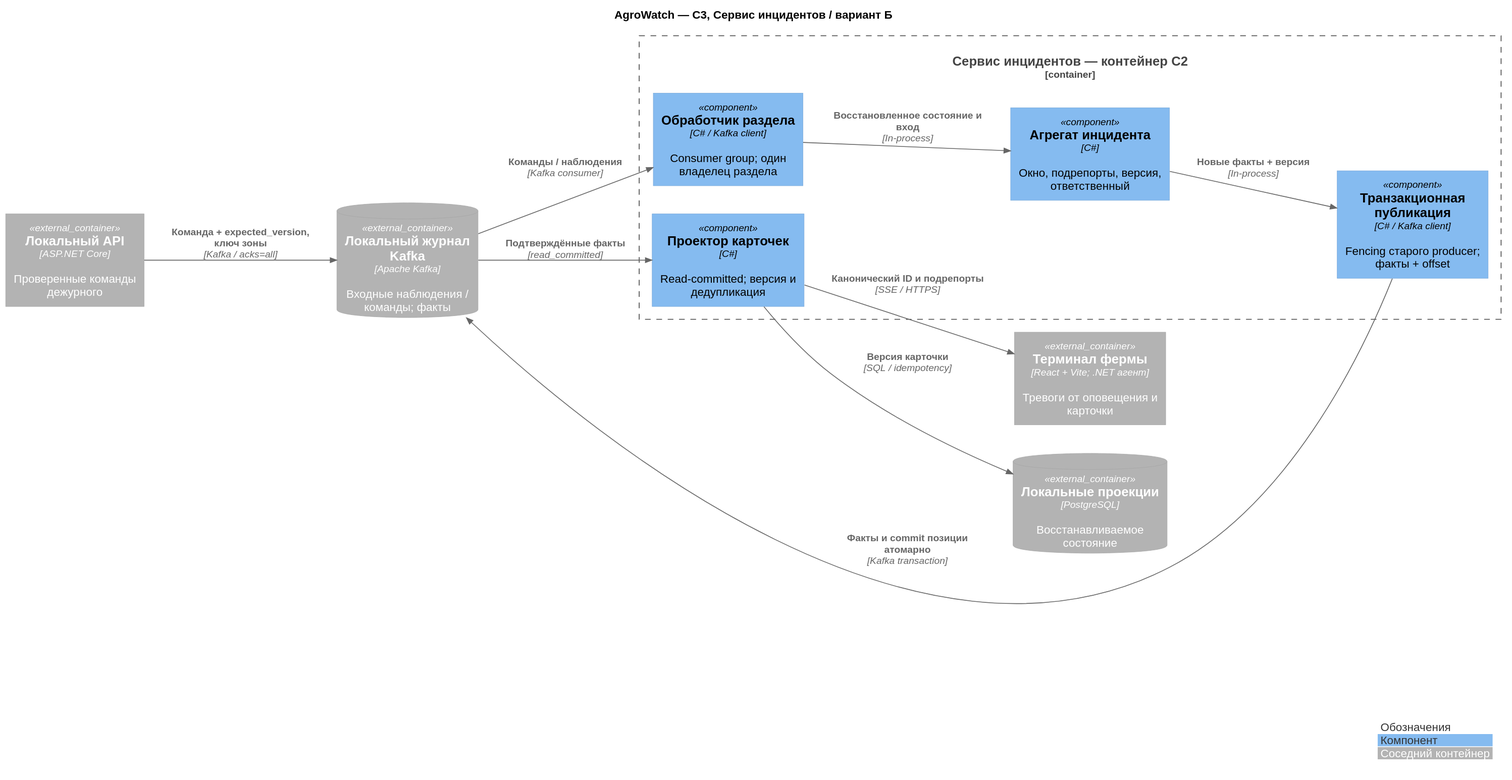
The PlantUML diagram Task3/diagrams/c3-incidents-b.svg in rozhkovsvyat/MSA-AgroTech, before a commit.
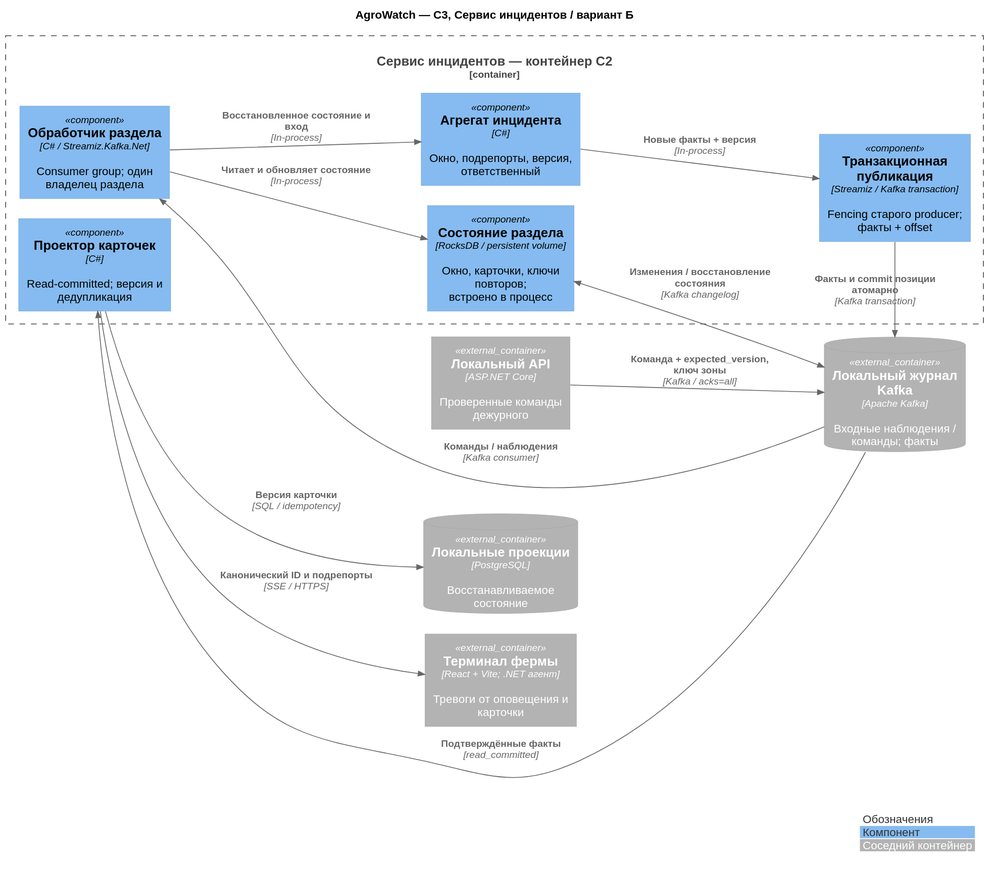
Above is the later version.

The edit, as a diff of the source:
```diff
@@ -4,8 +4,8 @@
 LAYOUT_LEFT_RIGHT()
 skinparam defaultFontName Arial
 skinparam dpi 110
-skinparam nodesep 35
-skinparam ranksep 65
+skinparam nodesep 25
+skinparam ranksep 120
 show stereotype
 title AgroWatch — C3, Сервис инцидентов / вариант Б
 Container_Ext(api, "Локальный API", "ASP.NET Core", "Проверенные команды дежурного")
@@ -13,13 +13,16 @@
 ContainerDb_Ext(bus, "Локальный журнал Kafka", "Apache Kafka", "Входные наблюдения / команды; факты")
 ContainerDb_Ext(proj, "Локальные проекции", "PostgreSQL", "Восстанавливаемое состояние")
 Container_Boundary(svc, "Сервис инцидентов — контейнер C2") {
- Component(worker, "Обработчик раздела", "C# / Kafka client", "Consumer group; один владелец раздела")
+ Component(worker, "Обработчик раздела", "C# / Streamiz.Kafka.Net", "Consumer group; один владелец раздела")
+ Component(store, "Состояние раздела", "RocksDB / persistent volume", "Окно, карточки, ключи повторов;\nвстроено в процесс")
  Component(domain, "Агрегат инцидента", "C#", "Окно, подрепорты, версия, ответственный")
- Component(tx, "Транзакционная публикация", "C# / Kafka client", "Fencing старого producer; факты + offset")
+ Component(tx, "Транзакционная публикация", "Streamiz / Kafka transaction", "Fencing старого producer; факты + offset")
  Component(project, "Проектор карточек", "C#", "Read-committed; версия и дедупликация")
 }
 Rel(api, bus, "Команда + expected_version, ключ зоны", "Kafka / acks=all")
 Rel(bus, worker, "Команды / наблюдения", "Kafka consumer")
+Rel(worker, store, "Читает и обновляет состояние", "In-process")
+BiRel(store, bus, "Изменения / восстановление состояния", "Kafka changelog")
 Rel(worker, domain, "Восстановленное состояние и вход", "In-process")
 Rel(domain, tx, "Новые факты + версия", "In-process")
 Rel(tx, bus, "Факты и commit позиции атомарно", "Kafka transaction")
```
